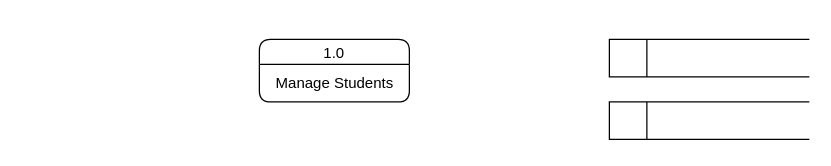
Jayrou12345/Flowchart keeps this draw.io diagram as dfd.drawio. Above is the earlier version. Source tidied: cells renumbered, new cells numbered last; positions are measured from the earlier drawing's top-left corner, leaving out a move shared by most shapes. Both pictures are drawn from the tidied source at 125%, with x=0, y=0 at pixel (259, 39).
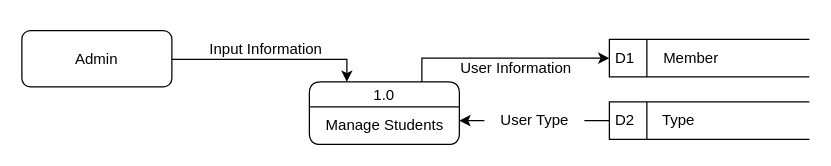
The same diagram, later.

What changed in the source:
```diff
@@
-    <mxCell id="2" style="html=1;dashed=0;whiteSpace=wrap;shape=mxgraph.dfd.dataStoreID;align=left;spacingLeft=3;points=[[0,0],[0.5,0],[1,0],[0,0.5],[1,0.5],[0,1],[0.5,1],[1,1]];" parent="1" vertex="1">
+    <mxCell id="2" value="D1" style="html=1;dashed=0;whiteSpace=wrap;shape=mxgraph.dfd.dataStoreID;align=left;spacingLeft=3;points=[[0,0],[0.5,0],[1,0],[0,0.5],[1,0.5],[0,1],[0.5,1],[1,1]];" parent="1" vertex="1">
       <mxGeometry x="280" width="160" height="30" as="geometry" />
     </mxCell>
-    <mxCell id="3" style="html=1;dashed=0;whiteSpace=wrap;shape=mxgraph.dfd.dataStoreID;align=left;spacingLeft=3;points=[[0,0],[0.5,0],[1,0],[0,0.5],[1,0.5],[0,1],[0.5,1],[1,1]];" parent="1" vertex="1">
+    <mxCell id="3" value="D2" style="html=1;dashed=0;whiteSpace=wrap;shape=mxgraph.dfd.dataStoreID;align=left;spacingLeft=3;points=[[0,0],[0.5,0],[1,0],[0,0.5],[1,0.5],[0,1],[0.5,1],[1,1]];" parent="1" vertex="1">
       <mxGeometry x="280" y="50" width="160" height="30" as="geometry" />
     </mxCell>
+    <mxCell id="6" style="edgeStyle=orthogonalEdgeStyle;rounded=0;jettySize=auto;html=1;exitX=0.75;exitY=0;exitDx=0;exitDy=0;" parent="1" edge="1" source="4" target="2">
+      <mxGeometry relative="1" as="geometry">
+        <Array as="points">
+          <mxPoint x="130" y="15" />
+        </Array>
+      </mxGeometry>
+    </mxCell>
     <mxCell id="4" value="1.0" style="swimlane;fontStyle=0;horizontal=1;startSize=20;fillColor=#ffffff;swimlaneFillColor=#ffffff;rounded=1;" parent="1" vertex="1">
-      <mxGeometry width="120" height="50" as="geometry" />
+      <mxGeometry x="40" y="34" width="120" height="50" as="geometry" />
     </mxCell>
@@
+    <mxCell id="7" style="edgeStyle=orthogonalEdgeStyle;rounded=0;jettySize=auto;html=1;exitX=0.75;exitY=0;exitDx=0;exitDy=0;entryX=0.25;entryY=0;entryDx=0;entryDy=0;" parent="1" edge="1" source="8" target="4">
+      <mxGeometry relative="1" as="geometry">
+        <Array as="points">
+          <mxPoint x="-100" y="16" />
+          <mxPoint x="70" y="16" />
+        </Array>
+      </mxGeometry>
+    </mxCell>
+    <mxCell id="8" value="Admin" style="rounded=1;whiteSpace=wrap;html=1;" parent="1" vertex="1">
+      <mxGeometry x="-190" y="-7" width="120" height="45" as="geometry" />
+    </mxCell>
+    <mxCell id="9" value="Input Information" style="text;html=1;align=center;verticalAlign=middle;strokeColor=none;fillColor=none;" parent="1" vertex="1">
+      <mxGeometry x="-50" y="-7" width="110" height="30" as="geometry" />
+    </mxCell>
+    <mxCell id="10" value="User Information" style="text;html=1;align=center;verticalAlign=middle;strokeColor=none;fillColor=none;" parent="1" vertex="1">
+      <mxGeometry x="150" y="8" width="110" height="30" as="geometry" />
+    </mxCell>
+    <mxCell id="11" value="Member" style="text;html=1;align=center;verticalAlign=middle;strokeColor=none;fillColor=none;" parent="1" vertex="1">
+      <mxGeometry x="310" width="70" height="30" as="geometry" />
+    </mxCell>
+    <mxCell id="12" style="edgeStyle=orthogonalEdgeStyle;rounded=0;jettySize=auto;html=1;exitX=0;exitY=0.5;exitDx=0;exitDy=0;endArrow=classic;endFill=1;startArrow=none;startFill=0;" parent="1" edge="1" source="14">
+      <mxGeometry relative="1" as="geometry">
+        <mxPoint x="160" y="65" as="targetPoint" />
+      </mxGeometry>
+    </mxCell>
+    <mxCell id="13" style="edgeStyle=orthogonalEdgeStyle;rounded=0;jettySize=auto;html=1;exitX=0;exitY=0.5;exitDx=0;exitDy=0;endArrow=none;endFill=0;" parent="1" edge="1" source="3">
+      <mxGeometry relative="1" as="geometry">
+        <mxPoint x="260" y="65" as="targetPoint" />
+      </mxGeometry>
+    </mxCell>
+    <mxCell id="14" value="User Type" style="text;html=1;align=center;verticalAlign=middle;points=[];strokeColor=none;fillColor=none;" parent="1" vertex="1">
+      <mxGeometry x="180" y="50" width="80" height="30" as="geometry" />
+    </mxCell>
+    <mxCell id="15" value="Type" style="text;html=1;align=center;verticalAlign=middle;strokeColor=none;fillColor=none;" parent="1" vertex="1">
+      <mxGeometry x="310" y="50" width="50" height="30" as="geometry" />
+    </mxCell>
```
